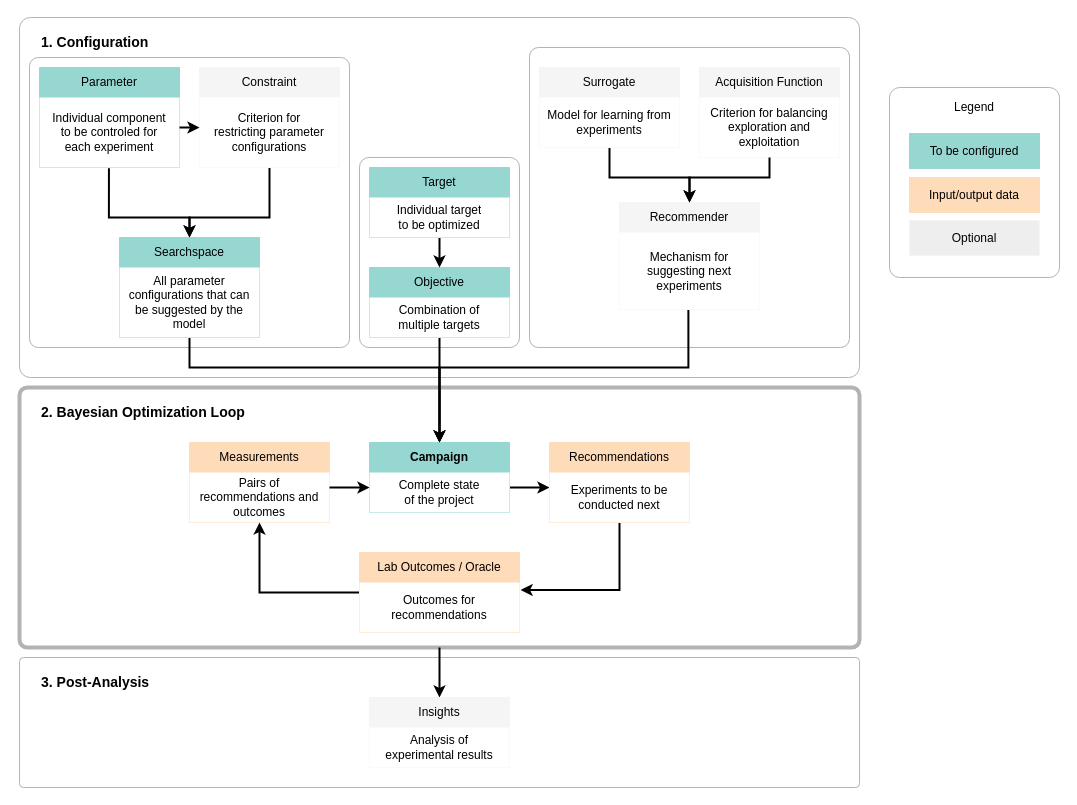
This is docs/_static/api_overview.drawio from emdgroup/baybe, a draw.io file, before an edit. Source tidied: cells renumbered, new cells numbered last; positions are measured from the earlier drawing's top-left corner, leaving out a move shared by most shapes. Both pictures are drawn from the tidied source at 100%, with x=0, y=0 at pixel (19, 17).
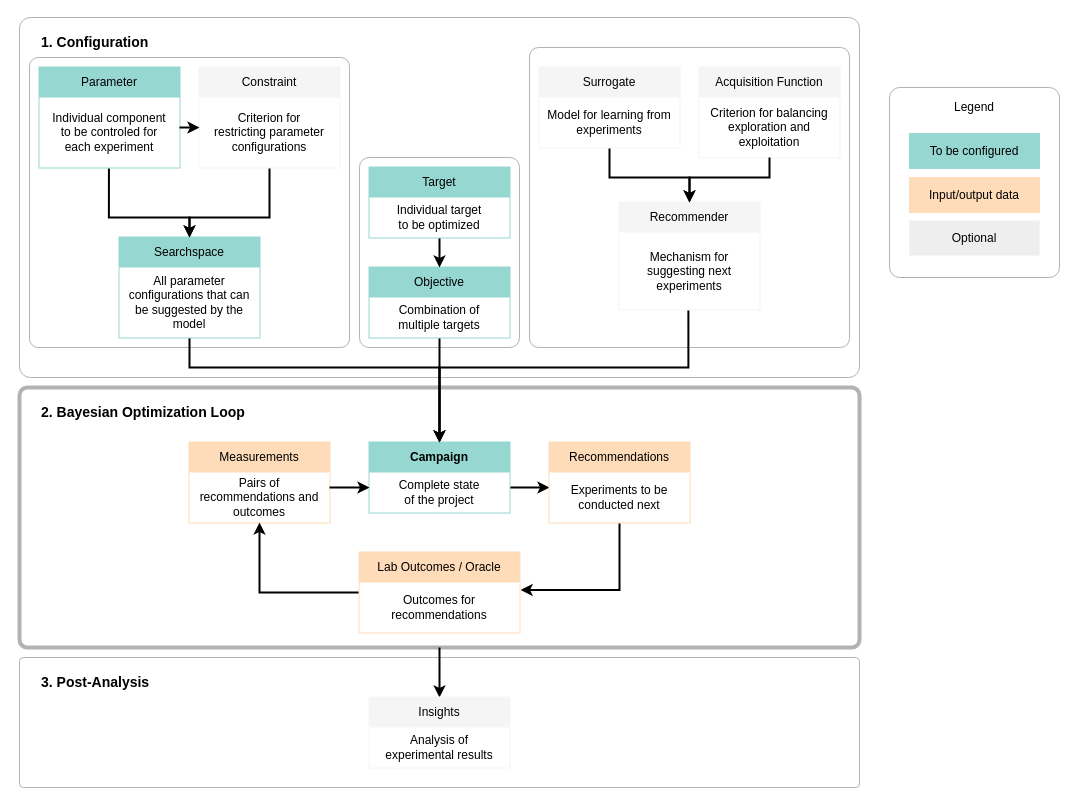
The same diagram, later.

Change to the diagram source:
```diff
@@
-    <mxCell id="10" value="Searchspace" style="swimlane;fontStyle=0;horizontal=1;startSize=30;whiteSpace=wrap;html=1;fillColor=light-dark(#96D7D2,#0F69AF);strokeColor=light-dark(#96D7D2,#0F69AF);gradientDirection=radial;" parent="1" vertex="1">
+    <mxCell id="10" value="Searchspace" style="swimlane;fontStyle=0;horizontal=1;startSize=30;whiteSpace=wrap;html=1;fillColor=light-dark(#96D7D2,#0F69AF);strokeColor=light-dark(#96D7D2,#0F69AF);gradientDirection=radial;strokeWidth=2;" parent="1" vertex="1">
       <mxGeometry x="100" y="220" width="140" height="100" as="geometry" />
     </mxCell>
@@
-    <mxCell id="14" value="&lt;b&gt;Campaign&lt;/b&gt;" style="swimlane;fontStyle=0;horizontal=1;startSize=30;whiteSpace=wrap;html=1;fillColor=light-dark(#96D7D2,#0F69AF);strokeColor=light-dark(#96D7D2,#0F69AF);gradientDirection=radial;" parent="1" vertex="1">
+    <mxCell id="14" value="&lt;b&gt;Campaign&lt;/b&gt;" style="swimlane;fontStyle=0;horizontal=1;startSize=30;whiteSpace=wrap;html=1;fillColor=light-dark(#96D7D2,#0F69AF);strokeColor=light-dark(#96D7D2,#0F69AF);gradientDirection=radial;strokeWidth=2;" parent="1" vertex="1">
       <mxGeometry x="350" y="425" width="140" height="70" as="geometry" />
     </mxCell>
@@
-    <mxCell id="17" value="Objective" style="swimlane;fontStyle=0;horizontal=1;startSize=30;whiteSpace=wrap;html=1;fillColor=light-dark(#96D7D2,#0F69AF);strokeColor=light-dark(#96D7D2,#0F69AF);gradientDirection=radial;" parent="1" vertex="1">
+    <mxCell id="17" value="Objective" style="swimlane;fontStyle=0;horizontal=1;startSize=30;whiteSpace=wrap;html=1;fillColor=light-dark(#96D7D2,#0F69AF);strokeColor=light-dark(#96D7D2,#0F69AF);gradientDirection=radial;strokeWidth=2;" parent="1" vertex="1">
       <mxGeometry x="350" y="250" width="140" height="70" as="geometry" />
     </mxCell>
@@
-    <mxCell id="20" value="&lt;font style=&quot;color: light-dark(rgb(0, 0, 0), rgb(255, 255, 255));&quot;&gt;Recommender&lt;/font&gt;" style="swimlane;fontStyle=0;horizontal=1;startSize=30;whiteSpace=wrap;html=1;fillColor=#f5f5f5;strokeColor=light-dark(#F5F5F5,#1A1A1A);fontColor=#333333;" parent="1" vertex="1">
+    <mxCell id="20" value="&lt;font style=&quot;color: light-dark(rgb(0, 0, 0), rgb(255, 255, 255));&quot;&gt;Recommender&lt;/font&gt;" style="swimlane;fontStyle=0;horizontal=1;startSize=30;whiteSpace=wrap;html=1;fillColor=#f5f5f5;strokeColor=light-dark(#F5F5F5,#1A1A1A);fontColor=#333333;strokeWidth=2;" parent="1" vertex="1">
       <mxGeometry x="600" y="185" width="140" height="107" as="geometry" />
     </mxCell>
@@
-    <mxCell id="22" value="Measurements" style="swimlane;fontStyle=0;horizontal=1;startSize=30;whiteSpace=wrap;html=1;fillColor=light-dark(#FFDCB9,#CE742A);strokeColor=light-dark(#FFDCB9,#CE742A);" parent="1" vertex="1">
+    <mxCell id="22" value="Measurements" style="swimlane;fontStyle=0;horizontal=1;startSize=30;whiteSpace=wrap;html=1;fillColor=light-dark(#FFDCB9,#CE742A);strokeColor=light-dark(#FFDCB9,#CE742A);strokeWidth=2;" parent="1" vertex="1">
       <mxGeometry x="170" y="425" width="140" height="80" as="geometry" />
     </mxCell>
@@
-    <mxCell id="26" value="Recommendations" style="swimlane;fontStyle=0;horizontal=1;startSize=30;whiteSpace=wrap;html=1;fillColor=light-dark(#FFDCB9,#CE742A);strokeColor=light-dark(#FFDCB9,#CE742A);" parent="1" vertex="1">
+    <mxCell id="26" value="Recommendations" style="swimlane;fontStyle=0;horizontal=1;startSize=30;whiteSpace=wrap;html=1;fillColor=light-dark(#FFDCB9,#CE742A);strokeColor=light-dark(#FFDCB9,#CE742A);strokeWidth=2;" parent="1" vertex="1">
       <mxGeometry x="530" y="425" width="140" height="80" as="geometry" />
     </mxCell>
@@
-    <mxCell id="29" value="Lab Outcomes / Oracle" style="swimlane;fontStyle=0;horizontal=1;startSize=30;whiteSpace=wrap;html=1;fillColor=light-dark(#FFDCB9,#CE742A);strokeColor=light-dark(#FFDCB9,#CE742A);" parent="1" vertex="1">
+    <mxCell id="29" value="Lab Outcomes / Oracle" style="swimlane;fontStyle=0;horizontal=1;startSize=30;whiteSpace=wrap;html=1;fillColor=light-dark(#FFDCB9,#CE742A);strokeColor=light-dark(#FFDCB9,#CE742A);strokeWidth=2;" parent="1" vertex="1">
       <mxGeometry x="340" y="535" width="160" height="80" as="geometry" />
     </mxCell>
@@
-    <mxCell id="32" value="Parameter" style="swimlane;fontStyle=0;horizontal=1;startSize=30;whiteSpace=wrap;html=1;fillColor=light-dark(#96D7D2,#0F69AF);strokeColor=light-dark(#96D7D2,#0F69AF);gradientDirection=radial;" parent="1" vertex="1">
+    <mxCell id="32" value="Parameter" style="swimlane;fontStyle=0;horizontal=1;startSize=30;whiteSpace=wrap;html=1;fillColor=light-dark(#96D7D2,#0F69AF);strokeColor=light-dark(#96D7D2,#0F69AF);gradientDirection=radial;strokeWidth=2;" parent="1" vertex="1">
       <mxGeometry x="20" y="50" width="140" height="100" as="geometry" />
     </mxCell>
@@
-    <mxCell id="35" value="&lt;font style=&quot;color: light-dark(rgb(0, 0, 0), rgb(255, 255, 255));&quot;&gt;Constraint&lt;/font&gt;" style="swimlane;fontStyle=0;horizontal=1;startSize=30;whiteSpace=wrap;html=1;fillColor=#f5f5f5;strokeColor=light-dark(#F5F5F5,#1A1A1A);fontColor=#333333;" parent="1" vertex="1">
+    <mxCell id="35" value="&lt;font style=&quot;color: light-dark(rgb(0, 0, 0), rgb(255, 255, 255));&quot;&gt;Constraint&lt;/font&gt;" style="swimlane;fontStyle=0;horizontal=1;startSize=30;whiteSpace=wrap;html=1;fillColor=#f5f5f5;strokeColor=light-dark(#F5F5F5,#1A1A1A);fontColor=#333333;strokeWidth=2;" parent="1" vertex="1">
       <mxGeometry x="180" y="50" width="140" height="100" as="geometry" />
     </mxCell>
@@
-    <mxCell id="37" value="&lt;font style=&quot;color: light-dark(rgb(0, 0, 0), rgb(255, 255, 255));&quot;&gt;Insights&lt;/font&gt;" style="swimlane;fontStyle=0;horizontal=1;startSize=30;whiteSpace=wrap;html=1;fillColor=#f5f5f5;strokeColor=light-dark(#F5F5F5,#1A1A1A);fontColor=#333333;" parent="1" vertex="1">
+    <mxCell id="37" value="&lt;font style=&quot;color: light-dark(rgb(0, 0, 0), rgb(255, 255, 255));&quot;&gt;Insights&lt;/font&gt;" style="swimlane;fontStyle=0;horizontal=1;startSize=30;whiteSpace=wrap;html=1;fillColor=#f5f5f5;strokeColor=light-dark(#F5F5F5,#1A1A1A);fontColor=#333333;strokeWidth=2;" parent="1" vertex="1">
       <mxGeometry x="350" y="680" width="140" height="70" as="geometry" />
     </mxCell>
@@
-    <mxCell id="40" value="Target" style="swimlane;fontStyle=0;horizontal=1;startSize=30;whiteSpace=wrap;html=1;fillColor=light-dark(#96D7D2,#0F69AF);strokeColor=light-dark(#96D7D2,#0F69AF);gradientDirection=radial;" parent="1" vertex="1">
+    <mxCell id="40" value="Target" style="swimlane;fontStyle=0;horizontal=1;startSize=30;whiteSpace=wrap;html=1;fillColor=light-dark(#96D7D2,#0F69AF);strokeColor=light-dark(#96D7D2,#0F69AF);gradientDirection=radial;strokeWidth=2;" parent="1" vertex="1">
       <mxGeometry x="350" y="150" width="140" height="70" as="geometry" />
     </mxCell>
@@
-    <mxCell id="47" value="&lt;font style=&quot;color: light-dark(rgb(0, 0, 0), rgb(255, 255, 255));&quot;&gt;Surrogate&lt;/font&gt;" style="swimlane;fontStyle=0;horizontal=1;startSize=30;whiteSpace=wrap;html=1;fillColor=#f5f5f5;strokeColor=light-dark(#F5F5F5,#1A1A1A);fontColor=#333333;" parent="1" vertex="1">
+    <mxCell id="47" value="&lt;font style=&quot;color: light-dark(rgb(0, 0, 0), rgb(255, 255, 255));&quot;&gt;Surrogate&lt;/font&gt;" style="swimlane;fontStyle=0;horizontal=1;startSize=30;whiteSpace=wrap;html=1;fillColor=#f5f5f5;strokeColor=light-dark(#F5F5F5,#1A1A1A);fontColor=#333333;strokeWidth=2;" parent="1" vertex="1">
       <mxGeometry x="520" y="50" width="140" height="80" as="geometry" />
     </mxCell>
@@
-    <mxCell id="49" value="&lt;font style=&quot;color: light-dark(rgb(0, 0, 0), rgb(255, 255, 255));&quot;&gt;Acquisition Function&lt;/font&gt;" style="swimlane;fontStyle=0;horizontal=1;startSize=30;whiteSpace=wrap;html=1;fillColor=#f5f5f5;strokeColor=light-dark(#F5F5F5,#1A1A1A);fontColor=#333333;" parent="1" vertex="1">
+    <mxCell id="49" value="&lt;font style=&quot;color: light-dark(rgb(0, 0, 0), rgb(255, 255, 255));&quot;&gt;Acquisition Function&lt;/font&gt;" style="swimlane;fontStyle=0;horizontal=1;startSize=30;whiteSpace=wrap;html=1;fillColor=#f5f5f5;strokeColor=light-dark(#F5F5F5,#1A1A1A);fontColor=#333333;strokeWidth=2;" parent="1" vertex="1">
       <mxGeometry x="680" y="50" width="140" height="90" as="geometry" />
     </mxCell>
```
